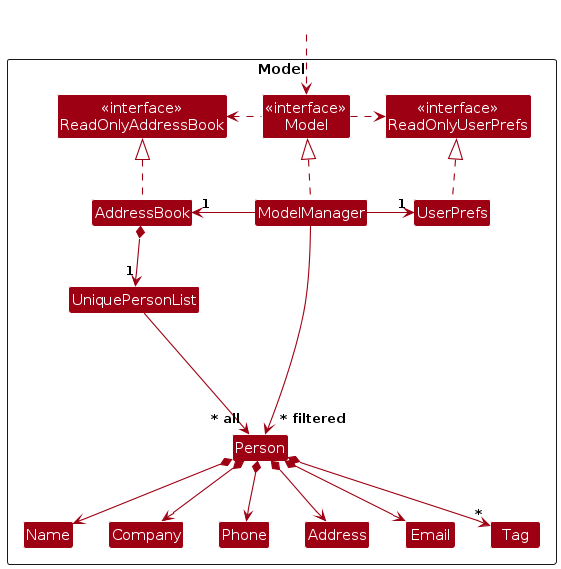
Above: diagrams/ModelClassDiagram.png in reginateh/tp (PlantUML), before the change. Its source is kept beside it as diagrams/ModelClassDiagram.puml. Source of this version:
```plantuml
@startuml
!include style.puml
skinparam arrowThickness 1.1
skinparam arrowColor MODEL_COLOR
skinparam classBackgroundColor MODEL_COLOR

Package Model as ModelPackage <<Rectangle>>{
Class "<<interface>>\nReadOnlyAddressBook" as ReadOnlyAddressBook
Class "<<interface>>\nReadOnlyUserPrefs" as ReadOnlyUserPrefs
Class "<<interface>>\nModel" as Model
Class AddressBook
Class ModelManager
Class UserPrefs

Class UniquePersonList
Class Person
Class Address
Class Email
Class Name
Class Company
Class Phone
Class Tag

Class I #FFFFFF
}

Class HiddenOutside #FFFFFF
HiddenOutside ..> Model

AddressBook .up.|> ReadOnlyAddressBook

ModelManager .up.|> Model
Model .right.> ReadOnlyUserPrefs
Model .left.> ReadOnlyAddressBook
ModelManager -left-> "1" AddressBook
ModelManager -right-> "1" UserPrefs
UserPrefs .up.|> ReadOnlyUserPrefs

AddressBook *--> "1" UniquePersonList
UniquePersonList --> "~* all" Person
Person *--> Name
Person *--> Company
Person *--> Phone
Person *--> Email
Person *--> Address
Person *--> "*" Tag

Person -[hidden]up--> I
UniquePersonList -[hidden]right-> I

Name -[hidden]right-> Company
Company -[hidden]right-> Phone
Phone -[hidden]right-> Address
Address -[hidden]right-> Email

ModelManager --> "~* filtered" Person
@enduml
```
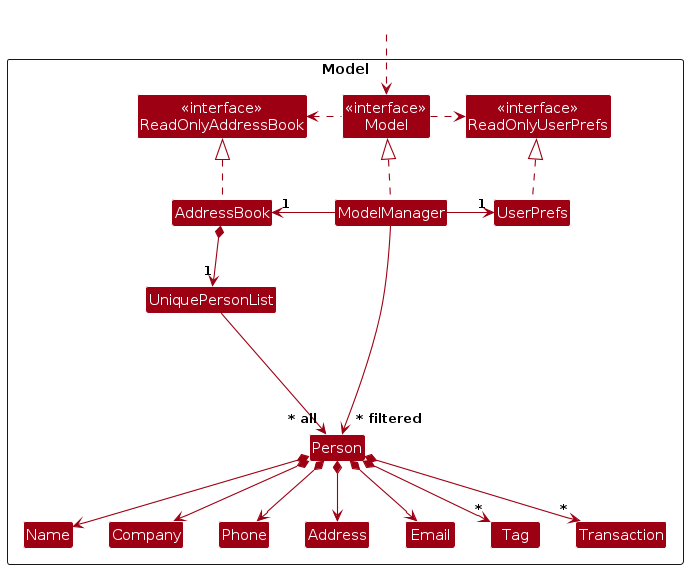
Above is the later version.

Change to the diagram source:
```diff
@@ -20,6 +20,7 @@
 Class Company
 Class Phone
 Class Tag
+Class Transaction
 
 Class I #FFFFFF
 }
@@ -44,6 +45,7 @@
 Person *--> Email
 Person *--> Address
 Person *--> "*" Tag
+Person *--> "*" Transaction
 
 Person -[hidden]up--> I
 UniquePersonList -[hidden]right-> I
```
